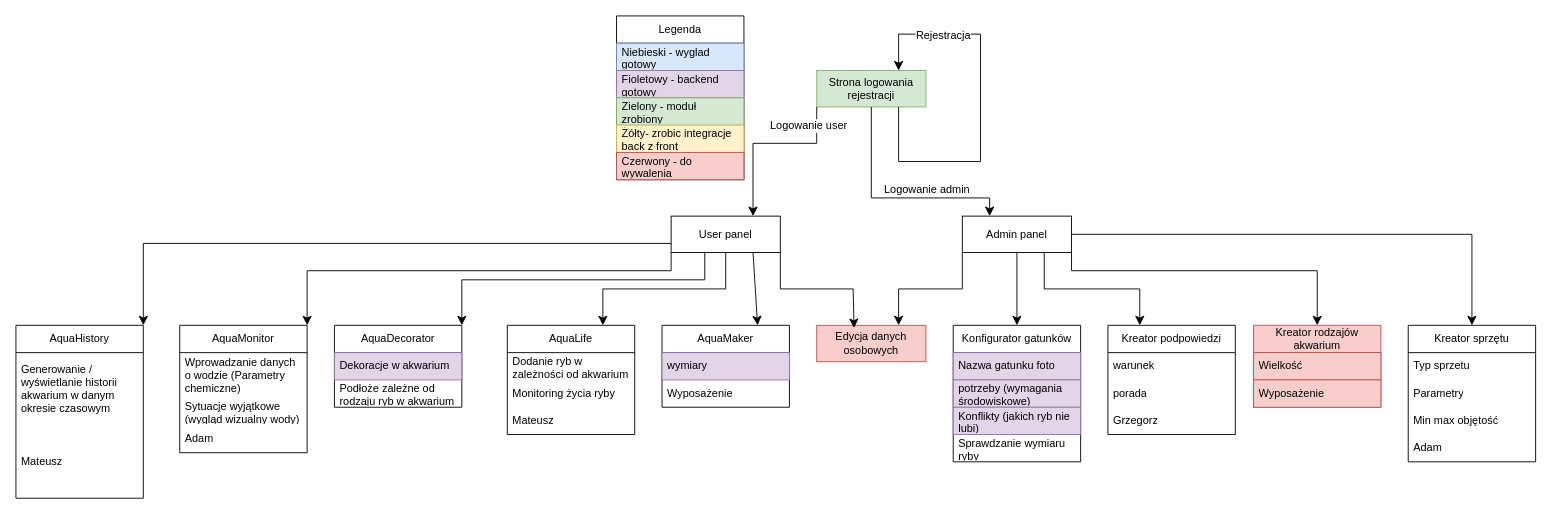
The draw.io diagram Dokumentacja/front flow.drawio in MrGrzesiek/AquaFriends, before the edit. Source tidied: cells renumbered, new cells numbered last; positions are measured from the earlier drawing's top-left corner, leaving out a move shared by most shapes. Both pictures are drawn from the tidied source at 91%, with x=0, y=0 at pixel (15, 15).
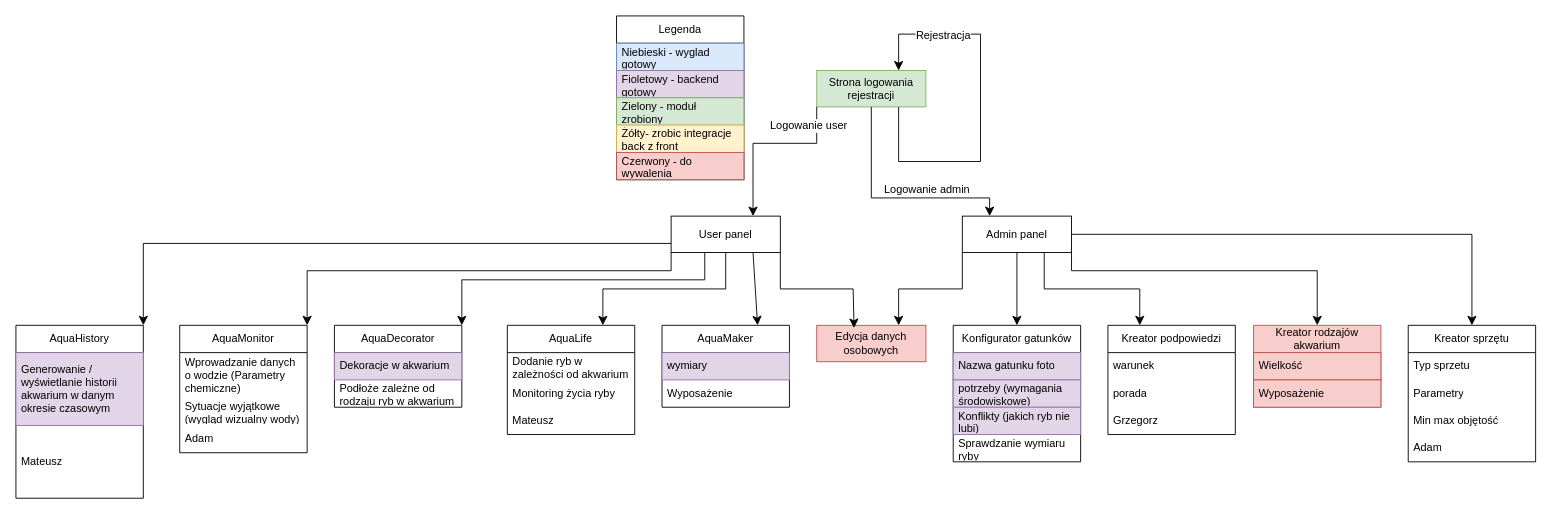
The same page after the edit.

The change refers to these unchanged cells:
```xml
<mxCell id="47" value="AquaHistory" style="swimlane;fontStyle=0;horizontal=1;startSize=30;whiteSpace=wrap;html=1;" parent="1" vertex="1">
  <mxGeometry y="340" width="140" height="190" as="geometry" />
</mxCell>
```

Diff of the diagram source:
```diff
@@
-    <mxCell id="48" value="Generowanie / wyświetlanie historii akwarium w danym okresie czasowym" style="text;strokeColor=none;fillColor=none;align=left;verticalAlign=middle;spacingLeft=4;spacingRight=4;overflow=hidden;whiteSpace=wrap;html=1;" parent="47" vertex="1">
+    <mxCell id="48" value="Generowanie / wyświetlanie historii akwarium w danym okresie czasowym" style="text;strokeColor=#9673a6;fillColor=#e1d5e7;align=left;verticalAlign=middle;spacingLeft=4;spacingRight=4;overflow=hidden;whiteSpace=wrap;html=1;" parent="47" vertex="1">
       <mxGeometry y="30" width="140" height="80" as="geometry" />
     </mxCell>
```
